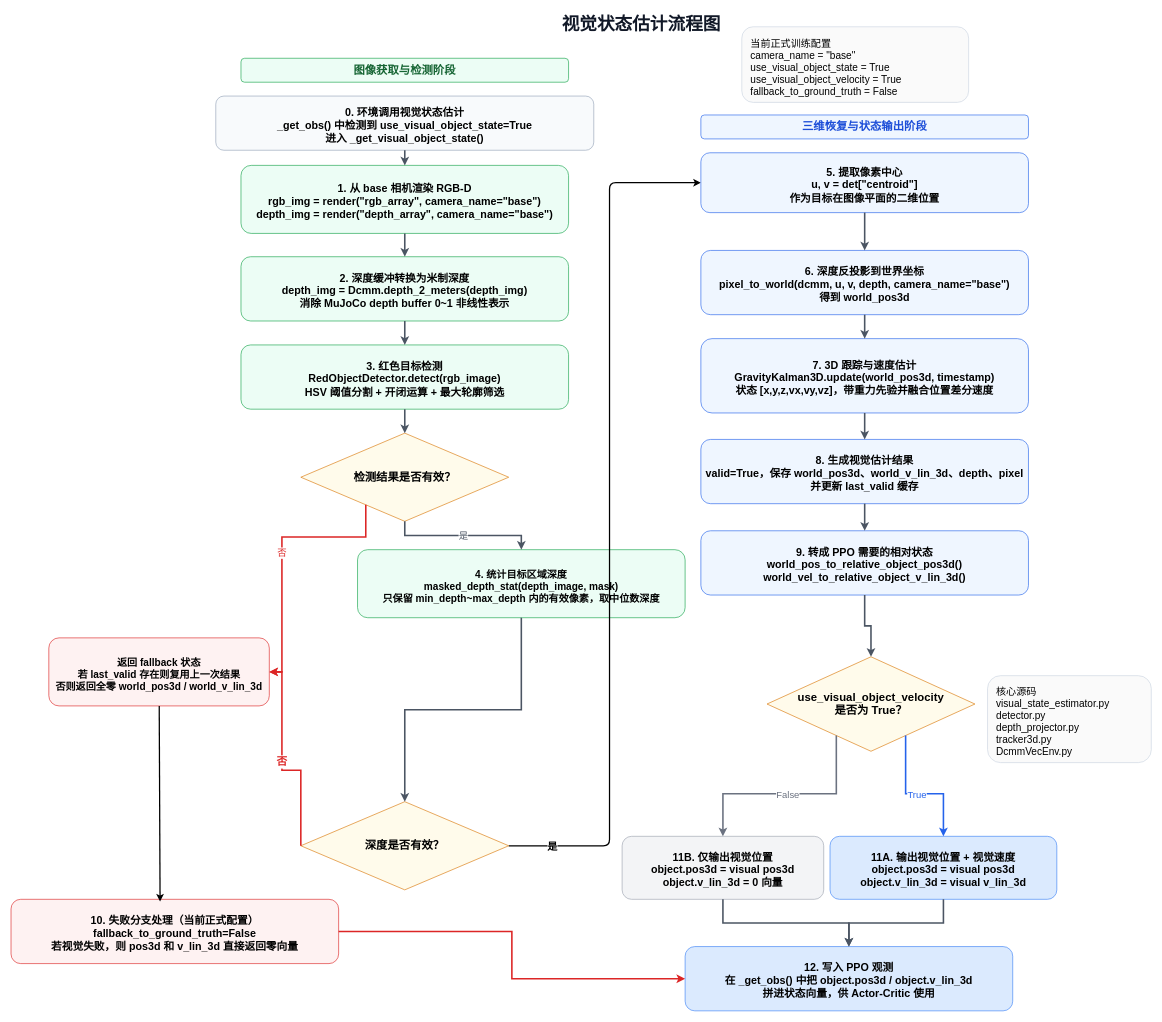
Earlier version of the draw.io diagram 毕业设计论文/out/视觉状态估计流程图.drawio (jack-huangs/catch_it). Source tidied: cells renumbered, new cells numbered last; positions are measured from the earlier drawing's top-left corner, leaving out a move shared by most shapes. Both pictures are drawn from the tidied source at 63%, with x=0, y=0 at pixel (11, 14).
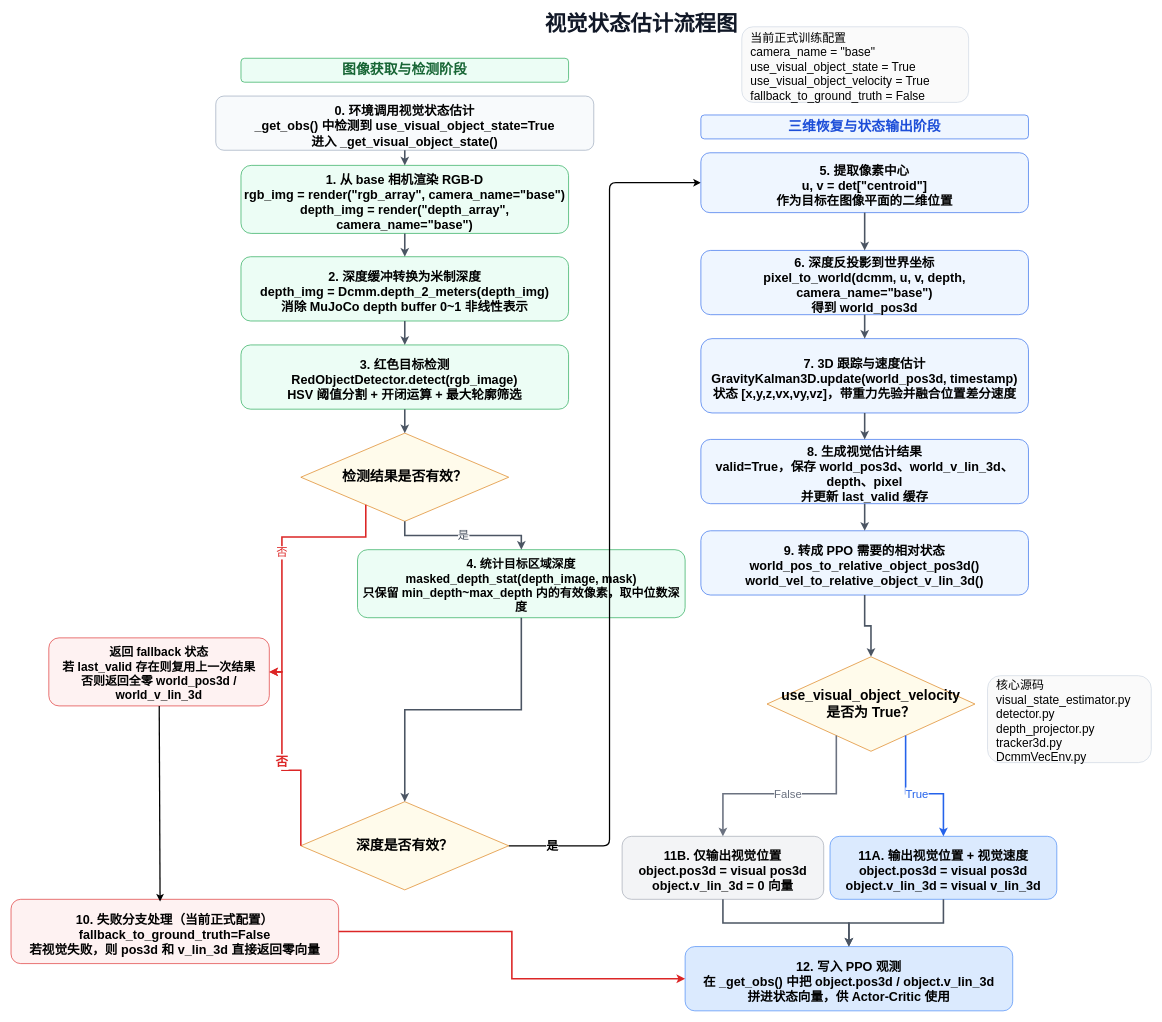
After the change.

The change refers to these unchanged cells:
```xml
<mxCell id="12" style="edgeStyle=elbowEdgeStyle;html=1;entryX=0;entryY=0.5;entryDx=0;entryDy=0;strokeWidth=2;" parent="1" edge="1" source="14" target="15">
  <mxGeometry relative="1" as="geometry">
    <Array as="points">
      <mxPoint x="950" y="790" />
    </Array>
  </mxGeometry>
</mxCell>
```

What changed in the source:
```diff
@@
-    <mxCell id="2" value="&lt;font style=&quot;font-size: 28px;&quot;&gt;视觉状态估计流程图&lt;/font&gt;" style="text;html=1;strokeColor=none;fillColor=none;align=center;verticalAlign=middle;fontSize=24;fontStyle=1;fontColor=#111827;" parent="1" vertex="1">
+    <mxCell id="2" value="&lt;font style=&quot;font-size: 34px;&quot;&gt;视觉状态估计流程图&lt;/font&gt;" style="text;html=1;strokeColor=none;fillColor=none;align=center;verticalAlign=middle;fontSize=30;fontStyle=1;fontColor=#111827;" parent="1" vertex="1">
       <mxGeometry x="710" width="580" height="30" as="geometry" />
     </mxCell>
-    <mxCell id="3" value="图像获取与检测阶段" style="rounded=1;whiteSpace=wrap;html=1;fillColor=#ecfdf5;strokeColor=#16a34a;fontSize=18;fontStyle=1;fontColor=#166534;" parent="1" vertex="1">
+    <mxCell id="3" value="图像获取与检测阶段" style="rounded=1;whiteSpace=wrap;html=1;fillColor=#ecfdf5;strokeColor=#16a34a;fontSize=22;fontStyle=1;fontColor=#166534;" parent="1" vertex="1">
       <mxGeometry x="365" y="70" width="520" height="38" as="geometry" />
     </mxCell>
-    <mxCell id="4" value="三维恢复与状态输出阶段" style="rounded=1;whiteSpace=wrap;html=1;fillColor=#eff6ff;strokeColor=#2563eb;fontSize=18;fontStyle=1;fontColor=#1d4ed8;" parent="1" vertex="1">
+    <mxCell id="4" value="三维恢复与状态输出阶段" style="rounded=1;whiteSpace=wrap;html=1;fillColor=#eff6ff;strokeColor=#2563eb;fontSize=22;fontStyle=1;fontColor=#1d4ed8;" parent="1" vertex="1">
       <mxGeometry x="1095" y="160" width="520" height="38" as="geometry" />
     </mxCell>
-    <mxCell id="5" value="0. 环境调用视觉状态估计&#10;_get_obs() 中检测到 use_visual_object_state=True&#10;进入 _get_visual_object_state()" style="rounded=1;whiteSpace=wrap;html=1;fillColor=#f8fafc;strokeColor=#94a3b8;fontSize=17;fontStyle=1;spacingTop=8;" parent="1" vertex="1">
+    <mxCell id="5" value="0. 环境调用视觉状态估计&#10;_get_obs() 中检测到 use_visual_object_state=True&#10;进入 _get_visual_object_state()" style="rounded=1;whiteSpace=wrap;html=1;fillColor=#f8fafc;strokeColor=#94a3b8;fontSize=20;fontStyle=1;spacingTop=8;" parent="1" vertex="1">
       <mxGeometry x="325" y="130" width="600" height="86" as="geometry" />
     </mxCell>
-    <mxCell id="6" value="1. 从 base 相机渲染 RGB-D&#10;rgb_img = render(&quot;rgb_array&quot;, camera_name=&quot;base&quot;)&#10;depth_img = render(&quot;depth_array&quot;, camera_name=&quot;base&quot;)" style="rounded=1;whiteSpace=wrap;html=1;fillColor=#ecfdf5;strokeColor=#16a34a;fontSize=17;fontStyle=1;spacingTop=8;" parent="1" vertex="1">
+    <mxCell id="6" value="1. 从 base 相机渲染 RGB-D&#10;rgb_img = render(&quot;rgb_array&quot;, camera_name=&quot;base&quot;)&#10;depth_img = render(&quot;depth_array&quot;, camera_name=&quot;base&quot;)" style="rounded=1;whiteSpace=wrap;html=1;fillColor=#ecfdf5;strokeColor=#16a34a;fontSize=20;fontStyle=1;spacingTop=8;" parent="1" vertex="1">
       <mxGeometry x="365" y="240" width="520" height="108" as="geometry" />
     </mxCell>
-    <mxCell id="7" value="2. 深度缓冲转换为米制深度&#10;depth_img = Dcmm.depth_2_meters(depth_img)&#10;消除 MuJoCo depth buffer 0~1 非线性表示" style="rounded=1;whiteSpace=wrap;html=1;fillColor=#ecfdf5;strokeColor=#16a34a;fontSize=17;fontStyle=1;spacingTop=8;" parent="1" vertex="1">
+    <mxCell id="7" value="2. 深度缓冲转换为米制深度&#10;depth_img = Dcmm.depth_2_meters(depth_img)&#10;消除 MuJoCo depth buffer 0~1 非线性表示" style="rounded=1;whiteSpace=wrap;html=1;fillColor=#ecfdf5;strokeColor=#16a34a;fontSize=20;fontStyle=1;spacingTop=8;" parent="1" vertex="1">
       <mxGeometry x="365" y="385" width="520" height="102" as="geometry" />
     </mxCell>
-    <mxCell id="8" value="3. 红色目标检测&#10;RedObjectDetector.detect(rgb_image)&#10;HSV 阈值分割 + 开闭运算 + 最大轮廓筛选" style="rounded=1;whiteSpace=wrap;html=1;fillColor=#ecfdf5;strokeColor=#16a34a;fontSize=17;fontStyle=1;spacingTop=8;" parent="1" vertex="1">
+    <mxCell id="8" value="3. 红色目标检测&#10;RedObjectDetector.detect(rgb_image)&#10;HSV 阈值分割 + 开闭运算 + 最大轮廓筛选" style="rounded=1;whiteSpace=wrap;html=1;fillColor=#ecfdf5;strokeColor=#16a34a;fontSize=20;fontStyle=1;spacingTop=8;" parent="1" vertex="1">
       <mxGeometry x="365" y="525" width="520" height="102" as="geometry" />
     </mxCell>
-    <mxCell id="9" value="检测结果是否有效？" style="rhombus;whiteSpace=wrap;html=1;fillColor=#fffbeb;strokeColor=#d97706;fontSize=18;fontStyle=1;" parent="1" vertex="1">
+    <mxCell id="9" value="检测结果是否有效？" style="rhombus;whiteSpace=wrap;html=1;fillColor=#fffbeb;strokeColor=#d97706;fontSize=22;fontStyle=1;" parent="1" vertex="1">
       <mxGeometry x="460" y="665" width="330" height="140" as="geometry" />
     </mxCell>
-    <mxCell id="10" value="返回 fallback 状态&#10;若 last_valid 存在则复用上一次结果&#10;否则返回全零 world_pos3d / world_v_lin_3d" style="rounded=1;whiteSpace=wrap;html=1;fillColor=#fef2f2;strokeColor=#dc2626;fontSize=16;fontStyle=1;spacingTop=8;" parent="1" vertex="1">
+    <mxCell id="10" value="返回 fallback 状态&#10;若 last_valid 存在则复用上一次结果&#10;否则返回全零 world_pos3d / world_v_lin_3d" style="rounded=1;whiteSpace=wrap;html=1;fillColor=#fef2f2;strokeColor=#dc2626;fontSize=19;fontStyle=1;spacingTop=8;" parent="1" vertex="1">
       <mxGeometry x="60" y="990" width="350" height="108" as="geometry" />
     </mxCell>
-    <mxCell id="11" value="4. 统计目标区域深度&#10;masked_depth_stat(depth_image, mask)&#10;只保留 min_depth~max_depth 内的有效像素，取中位数深度" style="rounded=1;whiteSpace=wrap;html=1;fillColor=#ecfdf5;strokeColor=#16a34a;fontSize=16;fontStyle=1;spacingTop=8;" parent="1" vertex="1">
+    <mxCell id="11" value="4. 统计目标区域深度&#10;masked_depth_stat(depth_image, mask)&#10;只保留 min_depth~max_depth 内的有效像素，取中位数深度" style="rounded=1;whiteSpace=wrap;html=1;fillColor=#ecfdf5;strokeColor=#16a34a;fontSize=19;fontStyle=1;spacingTop=8;" parent="1" vertex="1">
       <mxGeometry x="550" y="850" width="520" height="108" as="geometry" />
     </mxCell>
@@
-    <mxCell id="13" value="&lt;span&gt;&lt;font&gt;是&lt;/font&gt;&lt;/span&gt;" style="edgeLabel;html=1;align=center;verticalAlign=middle;fontStyle=1;fontSize=16;" parent="12" vertex="1">
+    <mxCell id="13" value="&lt;span&gt;&lt;font&gt;是&lt;/font&gt;&lt;/span&gt;" style="edgeLabel;html=1;align=center;verticalAlign=middle;fontStyle=1;fontSize=19;" parent="12" vertex="1">
       <mxGeometry x="-0.9" y="-2" relative="1" as="geometry">
         <mxPoint y="-2" as="offset" />
       </mxGeometry>
     </mxCell>
-    <mxCell id="14" value="深度是否有效？" style="rhombus;whiteSpace=wrap;html=1;fillColor=#fffbeb;strokeColor=#d97706;fontSize=18;fontStyle=1;" parent="1" vertex="1">
+    <mxCell id="14" value="深度是否有效？" style="rhombus;whiteSpace=wrap;html=1;fillColor=#fffbeb;strokeColor=#d97706;fontSize=22;fontStyle=1;" parent="1" vertex="1">
       <mxGeometry x="460" y="1250" width="330" height="140" as="geometry" />
     </mxCell>
-    <mxCell id="15" value="5. 提取像素中心&#10;u, v = det[&quot;centroid&quot;]&#10;作为目标在图像平面的二维位置" style="rounded=1;whiteSpace=wrap;html=1;fillColor=#eff6ff;strokeColor=#2563eb;fontSize=17;fontStyle=1;spacingTop=8;" parent="1" vertex="1">
+    <mxCell id="15" value="5. 提取像素中心&#10;u, v = det[&quot;centroid&quot;]&#10;作为目标在图像平面的二维位置" style="rounded=1;whiteSpace=wrap;html=1;fillColor=#eff6ff;strokeColor=#2563eb;fontSize=20;fontStyle=1;spacingTop=8;" parent="1" vertex="1">
       <mxGeometry x="1095" y="220" width="520" height="95" as="geometry" />
     </mxCell>
-    <mxCell id="16" value="6. 深度反投影到世界坐标&#10;pixel_to_world(dcmm, u, v, depth, camera_name=&quot;base&quot;)&#10;得到 world_pos3d" style="rounded=1;whiteSpace=wrap;html=1;fillColor=#eff6ff;strokeColor=#2563eb;fontSize=17;fontStyle=1;spacingTop=8;" parent="1" vertex="1">
+    <mxCell id="16" value="6. 深度反投影到世界坐标&#10;pixel_to_world(dcmm, u, v, depth, camera_name=&quot;base&quot;)&#10;得到 world_pos3d" style="rounded=1;whiteSpace=wrap;html=1;fillColor=#eff6ff;strokeColor=#2563eb;fontSize=20;fontStyle=1;spacingTop=8;" parent="1" vertex="1">
       <mxGeometry x="1095" y="375" width="520" height="102" as="geometry" />
     </mxCell>
-    <mxCell id="17" value="7. 3D 跟踪与速度估计&#10;GravityKalman3D.update(world_pos3d, timestamp)&#10;状态 [x,y,z,vx,vy,vz]，带重力先验并融合位置差分速度" style="rounded=1;whiteSpace=wrap;html=1;fillColor=#eff6ff;strokeColor=#2563eb;fontSize=17;fontStyle=1;spacingTop=8;" parent="1" vertex="1">
+    <mxCell id="17" value="7. 3D 跟踪与速度估计&#10;GravityKalman3D.update(world_pos3d, timestamp)&#10;状态 [x,y,z,vx,vy,vz]，带重力先验并融合位置差分速度" style="rounded=1;whiteSpace=wrap;html=1;fillColor=#eff6ff;strokeColor=#2563eb;fontSize=20;fontStyle=1;spacingTop=8;" parent="1" vertex="1">
       <mxGeometry x="1095" y="515" width="520" height="118" as="geometry" />
     </mxCell>
-    <mxCell id="18" value="8. 生成视觉估计结果&#10;valid=True，保存 world_pos3d、world_v_lin_3d、depth、pixel&#10;并更新 last_valid 缓存" style="rounded=1;whiteSpace=wrap;html=1;fillColor=#eff6ff;strokeColor=#2563eb;fontSize=17;fontStyle=1;spacingTop=8;" parent="1" vertex="1">
+    <mxCell id="18" value="8. 生成视觉估计结果&#10;valid=True，保存 world_pos3d、world_v_lin_3d、depth、pixel&#10;并更新 last_valid 缓存" style="rounded=1;whiteSpace=wrap;html=1;fillColor=#eff6ff;strokeColor=#2563eb;fontSize=20;fontStyle=1;spacingTop=8;" parent="1" vertex="1">
       <mxGeometry x="1095" y="675" width="520" height="102" as="geometry" />
     </mxCell>
-    <mxCell id="19" value="9. 转成 PPO 需要的相对状态&#10;world_pos_to_relative_object_pos3d()&#10;world_vel_to_relative_object_v_lin_3d()" style="rounded=1;whiteSpace=wrap;html=1;fillColor=#eff6ff;strokeColor=#2563eb;fontSize=17;fontStyle=1;spacingTop=8;" parent="1" vertex="1">
+    <mxCell id="19" value="9. 转成 PPO 需要的相对状态&#10;world_pos_to_relative_object_pos3d()&#10;world_vel_to_relative_object_v_lin_3d()" style="rounded=1;whiteSpace=wrap;html=1;fillColor=#eff6ff;strokeColor=#2563eb;fontSize=20;fontStyle=1;spacingTop=8;" parent="1" vertex="1">
       <mxGeometry x="1095" y="820" width="520" height="102" as="geometry" />
     </mxCell>
-    <mxCell id="20" value="10. 失败分支处理（当前正式配置）&#10;fallback_to_ground_truth=False&#10;若视觉失败，则 pos3d 和 v_lin_3d 直接返回零向量" style="rounded=1;whiteSpace=wrap;html=1;fillColor=#fef2f2;strokeColor=#dc2626;fontSize=17;fontStyle=1;spacingTop=8;" parent="1" vertex="1">
+    <mxCell id="20" value="10. 失败分支处理（当前正式配置）&#10;fallback_to_ground_truth=False&#10;若视觉失败，则 pos3d 和 v_lin_3d 直接返回零向量" style="rounded=1;whiteSpace=wrap;html=1;fillColor=#fef2f2;strokeColor=#dc2626;fontSize=20;fontStyle=1;spacingTop=8;" parent="1" vertex="1">
       <mxGeometry y="1405" width="520" height="102" as="geometry" />
     </mxCell>
-    <mxCell id="21" value="use_visual_object_velocity&#10;是否为 True？" style="rhombus;whiteSpace=wrap;html=1;fillColor=#fffbeb;strokeColor=#d97706;fontSize=18;fontStyle=1;" parent="1" vertex="1">
+    <mxCell id="21" value="use_visual_object_velocity&#10;是否为 True？" style="rhombus;whiteSpace=wrap;html=1;fillColor=#fffbeb;strokeColor=#d97706;fontSize=22;fontStyle=1;" parent="1" vertex="1">
       <mxGeometry x="1200" y="1020" width="330" height="150" as="geometry" />
     </mxCell>
-    <mxCell id="22" value="11A. 输出视觉位置 + 视觉速度&#10;object.pos3d = visual pos3d&#10;object.v_lin_3d = visual v_lin_3d" style="rounded=1;whiteSpace=wrap;html=1;fillColor=#dbeafe;strokeColor=#3b82f6;fontSize=17;fontStyle=1;spacingTop=8;" parent="1" vertex="1">
+    <mxCell id="22" value="11A. 输出视觉位置 + 视觉速度&#10;object.pos3d = visual pos3d&#10;object.v_lin_3d = visual v_lin_3d" style="rounded=1;whiteSpace=wrap;html=1;fillColor=#dbeafe;strokeColor=#3b82f6;fontSize=20;fontStyle=1;spacingTop=8;" parent="1" vertex="1">
       <mxGeometry x="1300" y="1305" width="360" height="100" as="geometry" />
     </mxCell>
-    <mxCell id="23" value="11B. 仅输出视觉位置&#10;object.pos3d = visual pos3d&#10;object.v_lin_3d = 0 向量" style="rounded=1;whiteSpace=wrap;html=1;fillColor=#f3f4f6;strokeColor=#9ca3af;fontSize=17;fontStyle=1;spacingTop=8;" parent="1" vertex="1">
+    <mxCell id="23" value="11B. 仅输出视觉位置&#10;object.pos3d = visual pos3d&#10;object.v_lin_3d = 0 向量" style="rounded=1;whiteSpace=wrap;html=1;fillColor=#f3f4f6;strokeColor=#9ca3af;fontSize=20;fontStyle=1;spacingTop=8;" parent="1" vertex="1">
       <mxGeometry x="970" y="1305" width="320" height="100" as="geometry" />
     </mxCell>
-    <mxCell id="24" value="12. 写入 PPO 观测&#10;在 _get_obs() 中把 object.pos3d / object.v_lin_3d&#10;拼进状态向量，供 Actor-Critic 使用" style="rounded=1;whiteSpace=wrap;html=1;fillColor=#dbeafe;strokeColor=#3b82f6;fontSize=17;fontStyle=1;spacingTop=8;" parent="1" vertex="1">
+    <mxCell id="24" value="12. 写入 PPO 观测&#10;在 _get_obs() 中把 object.pos3d / object.v_lin_3d&#10;拼进状态向量，供 Actor-Critic 使用" style="rounded=1;whiteSpace=wrap;html=1;fillColor=#dbeafe;strokeColor=#3b82f6;fontSize=20;fontStyle=1;spacingTop=8;" parent="1" vertex="1">
       <mxGeometry x="1070" y="1480" width="520" height="102" as="geometry" />
     </mxCell>
-    <mxCell id="25" value="当前正式训练配置&#10;camera_name = &quot;base&quot;&#10;use_visual_object_state = True&#10;use_visual_object_velocity = True&#10;fallback_to_ground_truth = False" style="rounded=1;whiteSpace=wrap;html=1;fillColor=#fafafa;strokeColor=#cbd5e1;fontSize=16;align=left;spacingTop=8;spacingLeft=12;" parent="1" vertex="1">
+    <mxCell id="25" value="当前正式训练配置&#10;camera_name = &quot;base&quot;&#10;use_visual_object_state = True&#10;use_visual_object_velocity = True&#10;fallback_to_ground_truth = False" style="rounded=1;whiteSpace=wrap;html=1;fillColor=#fafafa;strokeColor=#cbd5e1;fontSize=19;align=left;spacingTop=8;spacingLeft=12;" parent="1" vertex="1">
       <mxGeometry x="1160" y="20" width="360" height="120" as="geometry" />
     </mxCell>
-    <mxCell id="26" value="核心源码&#10;visual_state_estimator.py&#10;detector.py&#10;depth_projector.py&#10;tracker3d.py&#10;DcmmVecEnv.py" style="rounded=1;whiteSpace=wrap;html=1;fillColor=#fafafa;strokeColor=#cbd5e1;fontSize=16;align=left;spacingTop=8;spacingLeft=12;" parent="1" vertex="1">
+    <mxCell id="26" value="核心源码&#10;visual_state_estimator.py&#10;detector.py&#10;depth_projector.py&#10;tracker3d.py&#10;DcmmVecEnv.py" style="rounded=1;whiteSpace=wrap;html=1;fillColor=#fafafa;strokeColor=#cbd5e1;fontSize=19;align=left;spacingTop=8;spacingLeft=12;" parent="1" vertex="1">
       <mxGeometry x="1550" y="1050" width="260" height="138" as="geometry" />
     </mxCell>
@@
-    <mxCell id="31" value="是" style="edgeStyle=orthogonalEdgeStyle;rounded=0;jettySize=auto;html=1;endArrow=classic;strokeColor=#4b5563;strokeWidth=2.5;fontSize=15;fontColor=#4b5563;" parent="1" edge="1" source="9" target="11">
+    <mxCell id="31" value="是" style="edgeStyle=orthogonalEdgeStyle;rounded=0;jettySize=auto;html=1;endArrow=classic;strokeColor=#4b5563;strokeWidth=2.5;fontSize=18;fontColor=#4b5563;" parent="1" edge="1" source="9" target="11">
       <mxGeometry relative="1" as="geometry" />
     </mxCell>
-    <mxCell id="32" value="否" style="edgeStyle=orthogonalEdgeStyle;rounded=0;jettySize=auto;html=1;endArrow=classic;strokeColor=#dc2626;strokeWidth=2.5;fontSize=15;fontColor=#dc2626;exitX=0.2;exitY=1;exitDx=0;exitDy=0;" parent="1" edge="1" source="9" target="10">
+    <mxCell id="32" value="否" style="edgeStyle=orthogonalEdgeStyle;rounded=0;jettySize=auto;html=1;endArrow=classic;strokeColor=#dc2626;strokeWidth=2.5;fontSize=18;fontColor=#dc2626;exitX=0.2;exitY=1;exitDx=0;exitDy=0;" parent="1" edge="1" source="9" target="10">
       <mxGeometry relative="1" as="geometry">
         <Array as="points">
           <mxPoint x="430" y="830" />
         </Array>
       </mxGeometry>
     </mxCell>
@@
-    <mxCell id="34" value="&lt;b&gt;&lt;font style=&quot;font-size: 17px;&quot;&gt;否&lt;/font&gt;&lt;/b&gt;" style="edgeStyle=orthogonalEdgeStyle;rounded=0;jettySize=auto;html=1;endArrow=classic;strokeColor=#dc2626;strokeWidth=2.5;fontSize=15;fontColor=#dc2626;exitX=0;exitY=0.5;exitDx=0;exitDy=0;" parent="1" edge="1" source="14" target="10">
+    <mxCell id="34" value="&lt;b&gt;&lt;font style=&quot;font-size: 20px;&quot;&gt;否&lt;/font&gt;&lt;/b&gt;" style="edgeStyle=orthogonalEdgeStyle;rounded=0;jettySize=auto;html=1;endArrow=classic;strokeColor=#dc2626;strokeWidth=2.5;fontSize=18;fontColor=#dc2626;exitX=0;exitY=0.5;exitDx=0;exitDy=0;" parent="1" edge="1" source="14" target="10">
       <mxGeometry relative="1" as="geometry">
         <Array as="points">
           <mxPoint x="430" y="1200" />
         </Array>
       </mxGeometry>
     </mxCell>
@@
-    <mxCell id="41" value="True" style="edgeStyle=orthogonalEdgeStyle;rounded=0;jettySize=auto;html=1;endArrow=classic;strokeColor=#2563eb;strokeWidth=2.5;fontSize=15;fontColor=#2563eb;exitX=0.75;exitY=1;exitDx=0;exitDy=0;" parent="1" edge="1" source="21" target="22">
+    <mxCell id="41" value="True" style="edgeStyle=orthogonalEdgeStyle;rounded=0;jettySize=auto;html=1;endArrow=classic;strokeColor=#2563eb;strokeWidth=2.5;fontSize=18;fontColor=#2563eb;exitX=0.75;exitY=1;exitDx=0;exitDy=0;" parent="1" edge="1" source="21" target="22">
       <mxGeometry relative="1" as="geometry" />
     </mxCell>
-    <mxCell id="42" value="False" style="edgeStyle=orthogonalEdgeStyle;rounded=0;jettySize=auto;html=1;endArrow=classic;strokeColor=#6b7280;strokeWidth=2.5;fontSize=15;fontColor=#6b7280;exitX=0.25;exitY=1;exitDx=0;exitDy=0;" parent="1" edge="1" source="21" target="23">
+    <mxCell id="42" value="False" style="edgeStyle=orthogonalEdgeStyle;rounded=0;jettySize=auto;html=1;endArrow=classic;strokeColor=#6b7280;strokeWidth=2.5;fontSize=18;fontColor=#6b7280;exitX=0.25;exitY=1;exitDx=0;exitDy=0;" parent="1" edge="1" source="21" target="23">
       <mxGeometry relative="1" as="geometry" />
     </mxCell>
```
